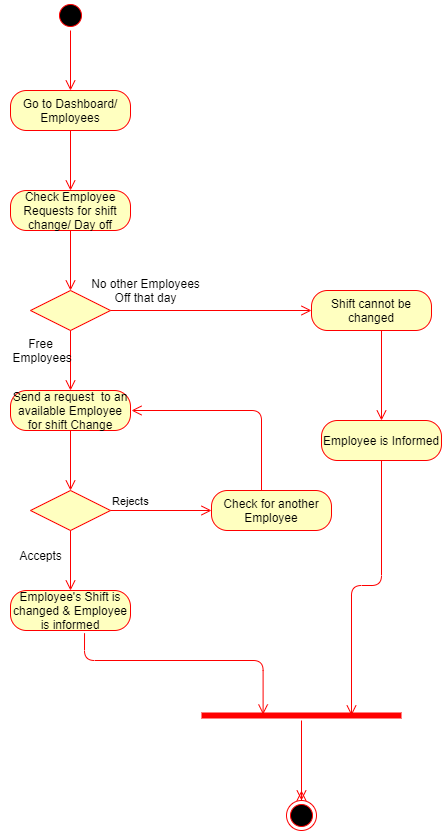
This is Diagrams/Activity Diagrams FINAL/AC_15-16_Accept Reject Employee Requests.png from kkasharaj17/SE-project, a draw.io export, as it was before one commit. Source tidied: cells renumbered, new cells last; positions are measured from the earlier drawing's top-left corner, leaving out a move shared by most shapes. Its diagram source:
```xml
<mxGraphModel>
  <root>
    <mxCell id="0" />
    <mxCell id="1" parent="0" />
    <mxCell id="2" style="ellipse;html=1;shape=startState;fillColor=#000000;strokeColor=#ff0000;" parent="1" vertex="1">
      <mxGeometry x="55" width="30" height="30" as="geometry" />
    </mxCell>
    <mxCell id="3" style="edgeStyle=orthogonalEdgeStyle;html=1;verticalAlign=bottom;endArrow=open;endSize=8;strokeColor=#ff0000;" parent="1" edge="1" source="2">
      <mxGeometry relative="1" as="geometry">
        <mxPoint x="70" y="90" as="targetPoint" />
      </mxGeometry>
    </mxCell>
    <mxCell id="4" value="Go to Dashboard/ Employees" style="rounded=1;whiteSpace=wrap;html=1;arcSize=40;fontColor=#000000;fillColor=#ffffc0;strokeColor=#ff0000;" parent="1" vertex="1">
      <mxGeometry x="10" y="90" width="120" height="40" as="geometry" />
    </mxCell>
    <mxCell id="5" style="edgeStyle=orthogonalEdgeStyle;html=1;verticalAlign=bottom;endArrow=open;endSize=8;strokeColor=#ff0000;" parent="1" edge="1" source="4">
      <mxGeometry relative="1" as="geometry">
        <mxPoint x="70" y="190" as="targetPoint" />
      </mxGeometry>
    </mxCell>
    <mxCell id="6" value="Check Employee Requests for shift change/ Day off" style="rounded=1;whiteSpace=wrap;html=1;arcSize=40;fontColor=#000000;fillColor=#ffffc0;strokeColor=#ff0000;" parent="1" vertex="1">
      <mxGeometry x="10" y="190" width="120" height="40" as="geometry" />
    </mxCell>
    <mxCell id="7" style="edgeStyle=orthogonalEdgeStyle;html=1;verticalAlign=bottom;endArrow=open;endSize=8;strokeColor=#ff0000;" parent="1" edge="1" source="6">
      <mxGeometry relative="1" as="geometry">
        <mxPoint x="70" y="290" as="targetPoint" />
      </mxGeometry>
    </mxCell>
    <mxCell id="8" style="rhombus;whiteSpace=wrap;html=1;fillColor=#ffffc0;strokeColor=#ff0000;" parent="1" vertex="1">
      <mxGeometry x="30" y="290" width="80" height="40" as="geometry" />
    </mxCell>
    <mxCell id="9" style="edgeStyle=orthogonalEdgeStyle;html=1;align=left;verticalAlign=bottom;endArrow=open;endSize=8;strokeColor=#ff0000;entryX=0;entryY=0.5;entryDx=0;entryDy=0;" parent="1" edge="1" source="8" target="23">
      <mxGeometry x="-1" relative="1" as="geometry" />
    </mxCell>
    <mxCell id="10" style="edgeStyle=orthogonalEdgeStyle;html=1;align=left;verticalAlign=top;endArrow=open;endSize=8;strokeColor=#ff0000;exitX=0.5;exitY=1;exitDx=0;exitDy=0;" parent="1" edge="1" source="8">
      <mxGeometry x="-1" relative="1" as="geometry">
        <mxPoint x="70" y="390" as="targetPoint" />
      </mxGeometry>
    </mxCell>
    <mxCell id="11" value="Free&lt;br&gt;&amp;nbsp;Employees" style="text;html=1;align=center;verticalAlign=middle;" parent="1" vertex="1">
      <mxGeometry y="335" width="80" height="30" as="geometry" />
    </mxCell>
    <mxCell id="12" value="No other Employees&lt;br&gt;Off that day" style="text;html=1;align=center;verticalAlign=middle;" parent="1" vertex="1">
      <mxGeometry x="85" y="275" width="120" height="30" as="geometry" />
    </mxCell>
    <mxCell id="13" value="Send a request&amp;nbsp; to an available Employee for shift Change" style="rounded=1;whiteSpace=wrap;html=1;arcSize=40;fontColor=#000000;fillColor=#ffffc0;strokeColor=#ff0000;" parent="1" vertex="1">
      <mxGeometry x="10" y="390" width="120" height="40" as="geometry" />
    </mxCell>
    <mxCell id="14" style="edgeStyle=orthogonalEdgeStyle;html=1;verticalAlign=bottom;endArrow=open;endSize=8;strokeColor=#ff0000;" parent="1" edge="1" source="13">
      <mxGeometry relative="1" as="geometry">
        <mxPoint x="70" y="490" as="targetPoint" />
      </mxGeometry>
    </mxCell>
    <mxCell id="15" style="rhombus;whiteSpace=wrap;html=1;fillColor=#ffffc0;strokeColor=#ff0000;" parent="1" vertex="1">
      <mxGeometry x="30" y="490" width="80" height="40" as="geometry" />
    </mxCell>
    <mxCell id="16" value="Rejects" style="edgeStyle=orthogonalEdgeStyle;html=1;align=left;verticalAlign=bottom;endArrow=open;endSize=8;strokeColor=#ff0000;" parent="1" edge="1" source="15">
      <mxGeometry x="-1" relative="1" as="geometry">
        <mxPoint x="211" y="510" as="targetPoint" />
      </mxGeometry>
    </mxCell>
    <mxCell id="17" style="edgeStyle=orthogonalEdgeStyle;html=1;align=left;verticalAlign=top;endArrow=open;endSize=8;strokeColor=#ff0000;exitX=0.5;exitY=1;exitDx=0;exitDy=0;" parent="1" edge="1" source="15">
      <mxGeometry x="-1" relative="1" as="geometry">
        <mxPoint x="70" y="590" as="targetPoint" />
      </mxGeometry>
    </mxCell>
    <mxCell id="18" value="Accepts" style="text;html=1;align=center;verticalAlign=middle;" parent="1" vertex="1">
      <mxGeometry x="10" y="545" width="60" height="20" as="geometry" />
    </mxCell>
    <mxCell id="19" value="Check for another Employee" style="rounded=1;whiteSpace=wrap;html=1;arcSize=40;fontColor=#000000;fillColor=#ffffc0;strokeColor=#ff0000;" parent="1" vertex="1">
      <mxGeometry x="211" y="490" width="120" height="40" as="geometry" />
    </mxCell>
    <mxCell id="20" style="edgeStyle=orthogonalEdgeStyle;html=1;verticalAlign=bottom;endArrow=open;endSize=8;strokeColor=#ff0000;" parent="1" edge="1" source="19">
      <mxGeometry relative="1" as="geometry">
        <mxPoint x="131" y="410" as="targetPoint" />
        <Array as="points">
          <mxPoint x="261" y="410" />
        </Array>
      </mxGeometry>
    </mxCell>
    <mxCell id="21" value="Employee's Shift is changed &amp;amp; Employee is informed" style="rounded=1;whiteSpace=wrap;html=1;arcSize=40;fontColor=#000000;fillColor=#ffffc0;strokeColor=#ff0000;" parent="1" vertex="1">
      <mxGeometry x="10" y="590" width="120" height="40" as="geometry" />
    </mxCell>
    <mxCell id="22" style="edgeStyle=orthogonalEdgeStyle;html=1;verticalAlign=bottom;endArrow=open;endSize=8;strokeColor=#ff0000;entryX=0.308;entryY=0.4;entryDx=0;entryDy=0;entryPerimeter=0;exitX=0.617;exitY=1.067;exitDx=0;exitDy=0;exitPerimeter=0;" parent="1" edge="1" source="21" target="27">
      <mxGeometry relative="1" as="geometry">
        <Array as="points">
          <mxPoint x="84" y="660" />
          <mxPoint x="263" y="660" />
        </Array>
      </mxGeometry>
    </mxCell>
    <mxCell id="23" value="Shift cannot be changed" style="rounded=1;whiteSpace=wrap;html=1;arcSize=40;fontColor=#000000;fillColor=#ffffc0;strokeColor=#ff0000;" parent="1" vertex="1">
      <mxGeometry x="311" y="290" width="120" height="40" as="geometry" />
    </mxCell>
    <mxCell id="24" style="edgeStyle=orthogonalEdgeStyle;html=1;verticalAlign=bottom;endArrow=open;endSize=8;strokeColor=#ff0000;" parent="1" edge="1" source="23">
      <mxGeometry relative="1" as="geometry">
        <mxPoint x="381" y="420" as="targetPoint" />
        <Array as="points">
          <mxPoint x="381" y="420" />
        </Array>
      </mxGeometry>
    </mxCell>
    <mxCell id="25" value="Employee is Informed" style="rounded=1;whiteSpace=wrap;html=1;arcSize=40;fontColor=#000000;fillColor=#ffffc0;strokeColor=#ff0000;" parent="1" vertex="1">
      <mxGeometry x="321" y="420" width="120" height="40" as="geometry" />
    </mxCell>
    <mxCell id="26" style="edgeStyle=orthogonalEdgeStyle;html=1;verticalAlign=bottom;endArrow=open;endSize=8;strokeColor=#ff0000;entryX=0.75;entryY=0.5;entryDx=0;entryDy=0;entryPerimeter=0;" parent="1" edge="1" source="25" target="27">
      <mxGeometry relative="1" as="geometry" />
    </mxCell>
    <mxCell id="27" style="shape=line;html=1;strokeWidth=6;strokeColor=#ff0000;" parent="1" vertex="1">
      <mxGeometry x="201" y="710" width="200" height="10" as="geometry" />
    </mxCell>
    <mxCell id="28" style="edgeStyle=orthogonalEdgeStyle;html=1;verticalAlign=bottom;endArrow=open;endSize=8;strokeColor=#ff0000;" parent="1" edge="1" source="29">
      <mxGeometry relative="1" as="geometry">
        <mxPoint x="301" y="790" as="targetPoint" />
      </mxGeometry>
    </mxCell>
    <mxCell id="29" style="ellipse;html=1;shape=endState;fillColor=#000000;strokeColor=#ff0000;" parent="1" vertex="1">
      <mxGeometry x="286" y="800" width="30" height="30" as="geometry" />
    </mxCell>
    <mxCell id="30" style="edgeStyle=orthogonalEdgeStyle;html=1;verticalAlign=bottom;endArrow=open;endSize=8;strokeColor=#ff0000;" parent="1" edge="1" source="27" target="29">
      <mxGeometry relative="1" as="geometry" />
    </mxCell>
  </root>
</mxGraphModel>
```
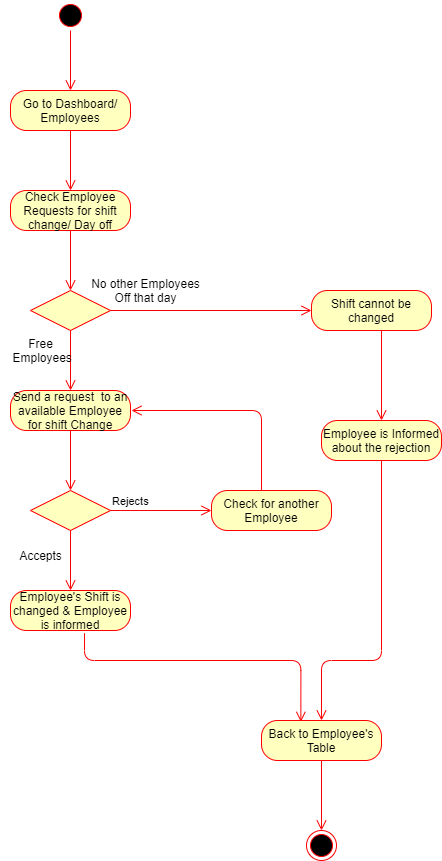
Later version of the same file.

Change to the diagram source:
```diff
@@ -81,11 +81,11 @@
     <mxCell id="21" value="Employee's Shift is changed &amp;amp; Employee is informed" style="rounded=1;whiteSpace=wrap;html=1;arcSize=40;fontColor=#000000;fillColor=#ffffc0;strokeColor=#ff0000;" parent="1" vertex="1">
       <mxGeometry x="10" y="590" width="120" height="40" as="geometry" />
     </mxCell>
-    <mxCell id="22" style="edgeStyle=orthogonalEdgeStyle;html=1;verticalAlign=bottom;endArrow=open;endSize=8;strokeColor=#ff0000;entryX=0.308;entryY=0.4;entryDx=0;entryDy=0;entryPerimeter=0;exitX=0.617;exitY=1.067;exitDx=0;exitDy=0;exitPerimeter=0;" parent="1" edge="1" source="21" target="27">
+    <mxCell id="22" style="edgeStyle=orthogonalEdgeStyle;html=1;verticalAlign=bottom;endArrow=open;endSize=8;strokeColor=#ff0000;entryX=0.328;entryY=0.033;entryDx=0;entryDy=0;entryPerimeter=0;exitX=0.617;exitY=1.067;exitDx=0;exitDy=0;exitPerimeter=0;" parent="1" edge="1" source="21" target="31">
       <mxGeometry relative="1" as="geometry">
         <Array as="points">
           <mxPoint x="84" y="660" />
-          <mxPoint x="263" y="660" />
+          <mxPoint x="300" y="660" />
         </Array>
       </mxGeometry>
     </mxCell>
@@ -100,25 +100,25 @@
         </Array>
       </mxGeometry>
     </mxCell>
-    <mxCell id="25" value="Employee is Informed" style="rounded=1;whiteSpace=wrap;html=1;arcSize=40;fontColor=#000000;fillColor=#ffffc0;strokeColor=#ff0000;" parent="1" vertex="1">
+    <mxCell id="25" value="Employee is Informed about the rejection" style="rounded=1;whiteSpace=wrap;html=1;arcSize=40;fontColor=#000000;fillColor=#ffffc0;strokeColor=#ff0000;" parent="1" vertex="1">
       <mxGeometry x="321" y="420" width="120" height="40" as="geometry" />
     </mxCell>
-    <mxCell id="26" style="edgeStyle=orthogonalEdgeStyle;html=1;verticalAlign=bottom;endArrow=open;endSize=8;strokeColor=#ff0000;entryX=0.75;entryY=0.5;entryDx=0;entryDy=0;entryPerimeter=0;" parent="1" edge="1" source="25" target="27">
-      <mxGeometry relative="1" as="geometry" />
+    <mxCell id="26" style="edgeStyle=orthogonalEdgeStyle;html=1;verticalAlign=bottom;endArrow=open;endSize=8;strokeColor=#ff0000;exitX=0.5;exitY=1;exitDx=0;exitDy=0;" parent="1" edge="1" source="25" target="31">
+      <mxGeometry relative="1" as="geometry">
+        <Array as="points">
+          <mxPoint x="381" y="660" />
+          <mxPoint x="321" y="660" />
+        </Array>
+      </mxGeometry>
     </mxCell>
-    <mxCell id="27" style="shape=line;html=1;strokeWidth=6;strokeColor=#ff0000;" parent="1" vertex="1">
-      <mxGeometry x="201" y="710" width="200" height="10" as="geometry" />
-    </mxCell>
-    <mxCell id="28" style="edgeStyle=orthogonalEdgeStyle;html=1;verticalAlign=bottom;endArrow=open;endSize=8;strokeColor=#ff0000;" parent="1" edge="1" source="29">
-      <mxGeometry relative="1" as="geometry">
-        <mxPoint x="301" y="790" as="targetPoint" />
-      </mxGeometry>
+    <mxCell id="28" style="edgeStyle=orthogonalEdgeStyle;html=1;verticalAlign=bottom;endArrow=open;endSize=8;strokeColor=#ff0000;exitX=0.5;exitY=1;exitDx=0;exitDy=0;entryX=0.5;entryY=0;entryDx=0;entryDy=0;" parent="1" edge="1" source="31" target="29">
+      <mxGeometry relative="1" as="geometry" />
     </mxCell>
     <mxCell id="29" style="ellipse;html=1;shape=endState;fillColor=#000000;strokeColor=#ff0000;" parent="1" vertex="1">
-      <mxGeometry x="286" y="800" width="30" height="30" as="geometry" />
+      <mxGeometry x="306" y="830" width="30" height="30" as="geometry" />
     </mxCell>
-    <mxCell id="30" style="edgeStyle=orthogonalEdgeStyle;html=1;verticalAlign=bottom;endArrow=open;endSize=8;strokeColor=#ff0000;" parent="1" edge="1" source="27" target="29">
-      <mxGeometry relative="1" as="geometry" />
-    </mxCell>
+    <mxCell id="31" value="Back to Employee's Table" style="rounded=1;whiteSpace=wrap;html=1;arcSize=40;fontColor=#000000;fillColor=#ffffc0;strokeColor=#ff0000;" parent="1" vertex="1">
+      <mxGeometry x="261" y="720" width="120" height="40" as="geometry" />
+    </mxCell>
   </root>
 </mxGraphModel>
```
